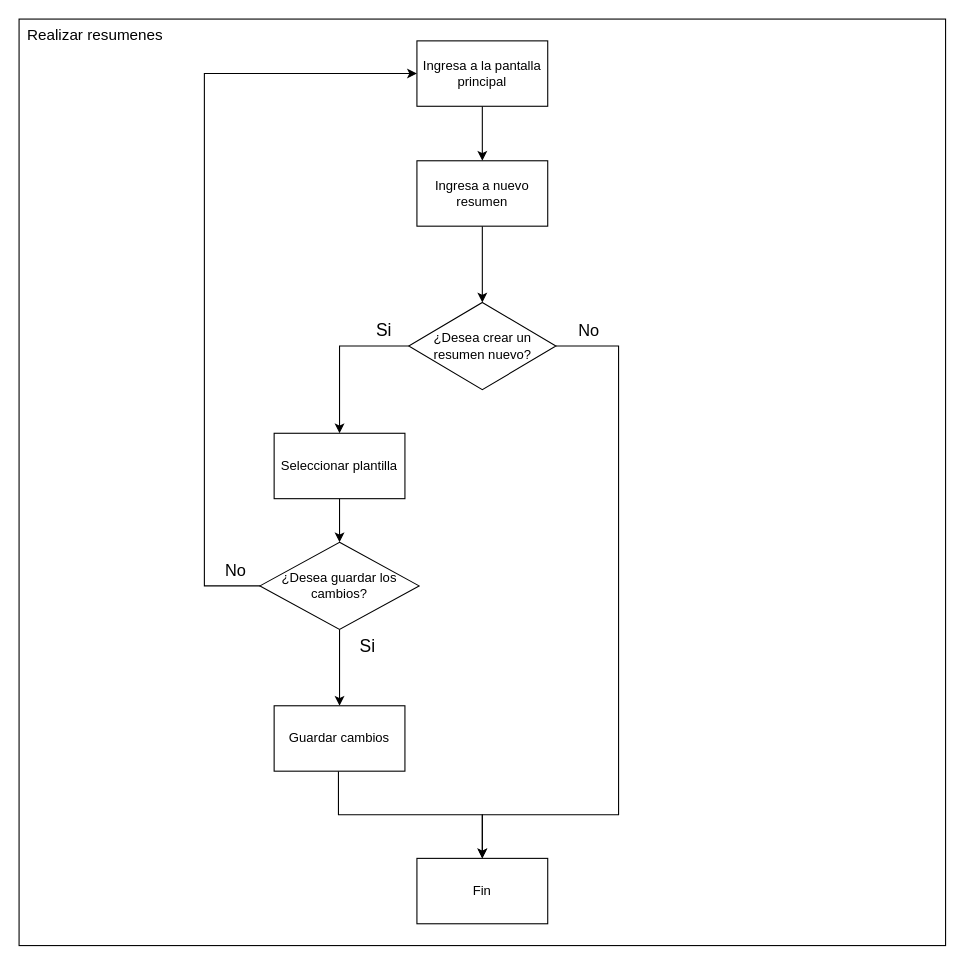
The draw.io diagram Etapa de inicio/Flujogramas/Flujograma (realizar resumenes).drawio in fxex/Vesta_Risk_Manager, before the edit. Source tidied: cells renumbered, new cells numbered last; positions are measured from the earlier drawing's top-left corner, leaving out a move shared by most shapes. Both pictures are drawn from the tidied source at 109%, with x=0, y=0 at pixel (19, 19).
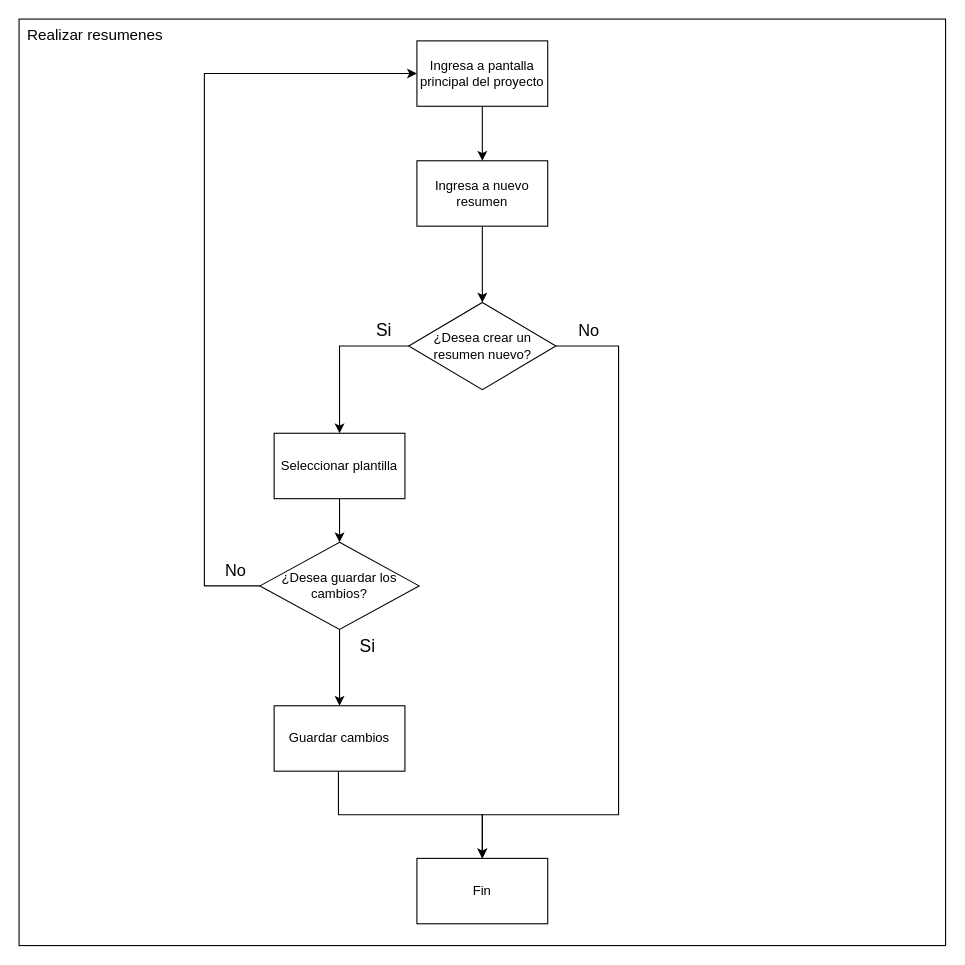
After the change.

Commit message (it also covers changes not shown here):
Doc: Flujograma de la plantilla

What changed in the source:
```diff
@@
-    <mxCell id="5" value="&lt;div&gt;Ingresa a la pantalla principal&lt;/div&gt;" style="rounded=0;whiteSpace=wrap;html=1;" parent="1" vertex="1">
+    <mxCell id="5" value="&lt;div&gt;Ingresa a pantalla principal del proyecto&lt;/div&gt;" style="rounded=0;whiteSpace=wrap;html=1;" parent="1" vertex="1">
       <mxGeometry x="365" y="20" width="120" height="60" as="geometry" />
     </mxCell>
```
